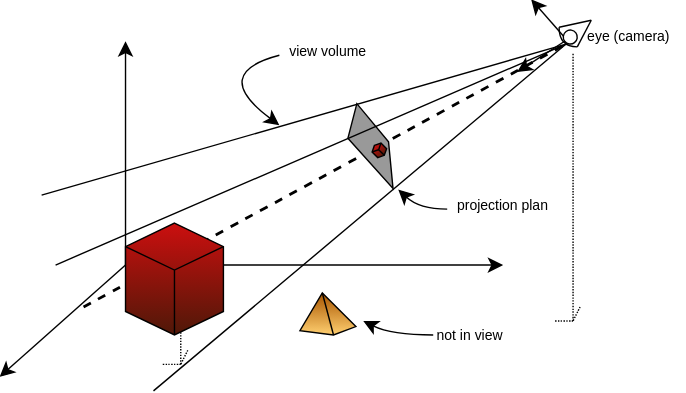
The draw.io diagram images/week_2/eye_space.svg in ericianni/cs450_redev, before a commit. Source tidied: cells renumbered, new cells last; positions are measured from the earlier drawing's top-left corner, leaving out a move shared by most shapes. Its diagram source:
```xml
<mxGraphModel>
  <root>
    <mxCell id="0" />
    <mxCell id="1" parent="0" />
    <mxCell id="2" style="endArrow=none;dashed=1;html=1;strokeWidth=2;rounded=0;fontSize=12;startSize=8;endSize=8;curved=1;" parent="1" edge="1">
      <mxGeometry relative="1" as="geometry">
        <mxPoint x="60" y="220" as="sourcePoint" />
        <mxPoint x="405" y="32" as="targetPoint" />
      </mxGeometry>
    </mxCell>
    <mxCell id="3" style="shape=mxgraph.basic.polygon;polyCoords=[[0.4585,0.30973],[0.72061,0.79005],[0.78514,0.42079],[0.60738,0.06079]];polyCurves=[[],[],[],[]];polyline=0;whiteSpace=wrap;html=1;fillColor=light-dark(#999999,#FFFFFF);rotation=-14.8;" parent="1" vertex="1">
      <mxGeometry x="214.7" y="70.2" width="84" height="89.5" as="geometry" />
    </mxCell>
    <mxCell id="4" style="endArrow=classic;html=1;rounded=0;fontSize=12;startSize=8;endSize=8;curved=1;" parent="1" edge="1">
      <mxGeometry relative="1" as="geometry">
        <mxPoint x="90" y="190" as="sourcePoint" />
        <mxPoint x="90" y="30" as="targetPoint" />
      </mxGeometry>
    </mxCell>
    <mxCell id="5" style="endArrow=classic;html=1;rounded=0;fontSize=12;startSize=8;endSize=8;curved=1;" parent="1" edge="1">
      <mxGeometry relative="1" as="geometry">
        <mxPoint x="90" y="190" as="sourcePoint" />
        <mxPoint x="360" y="190" as="targetPoint" />
      </mxGeometry>
    </mxCell>
    <mxCell id="6" style="endArrow=classic;html=1;rounded=0;fontSize=12;startSize=8;endSize=8;curved=1;" parent="1" edge="1">
      <mxGeometry relative="1" as="geometry">
        <mxPoint x="90" y="190" as="sourcePoint" />
        <mxPoint y="270" as="targetPoint" />
      </mxGeometry>
    </mxCell>
    <mxCell id="7" style="group;rotation=-36.7;" parent="1" vertex="1">
      <mxGeometry x="396" y="14" width="30" height="20" as="geometry" />
    </mxCell>
    <mxCell id="8" style="endArrow=none;html=1;rounded=0;fontSize=12;startSize=8;endSize=8;curved=1;" parent="7" edge="1">
      <mxGeometry relative="1" as="geometry">
        <mxPoint x="17" y="20" as="sourcePoint" />
        <mxPoint x="27" y="1" as="targetPoint" />
      </mxGeometry>
    </mxCell>
    <mxCell id="9" style="endArrow=none;html=1;rounded=0;fontSize=12;startSize=8;endSize=8;curved=1;" parent="7" edge="1">
      <mxGeometry relative="1" as="geometry">
        <mxPoint x="4" y="6" as="sourcePoint" />
        <mxPoint x="27" y="1" as="targetPoint" />
      </mxGeometry>
    </mxCell>
    <mxCell id="10" style="endArrow=none;html=1;rounded=0;fontSize=12;startSize=8;endSize=8;curved=1;" parent="7" edge="1">
      <mxGeometry relative="1" as="geometry">
        <mxPoint x="17" y="20" as="sourcePoint" />
        <mxPoint x="4" y="6" as="targetPoint" />
        <Array as="points">
          <mxPoint x="4" y="20" />
        </Array>
      </mxGeometry>
    </mxCell>
    <mxCell id="11" style="edgeStyle=none;curved=1;rounded=0;jettySize=auto;html=1;exitX=0;exitY=0.5;exitDx=0;exitDy=0;fontSize=12;startSize=8;endSize=8;endArrow=classic;endFill=1;" parent="7" edge="1" source="13">
      <mxGeometry relative="1" as="geometry">
        <mxPoint x="-26" y="38" as="targetPoint" />
      </mxGeometry>
    </mxCell>
    <mxCell id="12" style="edgeStyle=none;curved=1;rounded=0;jettySize=auto;html=1;exitX=0;exitY=0;exitDx=0;exitDy=0;fontSize=12;startSize=8;endSize=8;" parent="7" edge="1" source="13">
      <mxGeometry relative="1" as="geometry">
        <mxPoint x="-16" y="-14" as="targetPoint" />
      </mxGeometry>
    </mxCell>
    <mxCell id="13" style="ellipse;whiteSpace=wrap;html=1;fillColor=none;rotation=-36.7;" parent="7" vertex="1">
      <mxGeometry x="7" y="8" width="10" height="10" as="geometry" />
    </mxCell>
    <mxCell id="14" style="endArrow=none;html=1;rounded=0;fontSize=12;startSize=8;endSize=8;curved=1;" parent="1" edge="1">
      <mxGeometry relative="1" as="geometry">
        <mxPoint x="30" y="140" as="sourcePoint" />
        <mxPoint x="405" y="32" as="targetPoint" />
      </mxGeometry>
    </mxCell>
    <mxCell id="15" style="endArrow=none;html=1;rounded=0;fontSize=12;startSize=8;endSize=8;curved=1;" parent="1" edge="1">
      <mxGeometry relative="1" as="geometry">
        <mxPoint x="40" y="190" as="sourcePoint" />
        <mxPoint x="405" y="32" as="targetPoint" />
      </mxGeometry>
    </mxCell>
    <mxCell id="16" style="endArrow=none;html=1;rounded=0;fontSize=12;startSize=8;endSize=8;curved=1;" parent="1" edge="1">
      <mxGeometry relative="1" as="geometry">
        <mxPoint x="110" y="280" as="sourcePoint" />
        <mxPoint x="405" y="32" as="targetPoint" />
      </mxGeometry>
    </mxCell>
    <mxCell id="17" style="html=1;whiteSpace=wrap;shape=isoCube2;backgroundOutline=1;isoAngle=15;fillColor=light-dark(#cc0f0f, #ededed);gradientColor=#4F1808;rotation=-45;" parent="1" vertex="1">
      <mxGeometry x="267" y="103" width="9" height="10" as="geometry" />
    </mxCell>
    <mxCell id="18" style="verticalLabelPosition=bottom;verticalAlign=top;html=1;shape=mxgraph.basic.pyramid;dx1=0.4;dx2=0.6;dy1=0.9;dy2=0.8;fillColor=light-dark(#A85500,#FFFFFF);gradientColor=light-dark(#FFCF70,#000000);" parent="1" vertex="1">
      <mxGeometry x="214.7" y="210" width="40" height="30" as="geometry" />
    </mxCell>
    <mxCell id="19" value="&lt;font style=&quot;font-size: 10px;&quot;&gt;eye (camera)&lt;/font&gt;" style="text;html=1;whiteSpace=wrap;strokeColor=none;fillColor=none;align=center;verticalAlign=middle;rounded=0;fontSize=16;" parent="1" vertex="1">
      <mxGeometry x="410" y="9" width="80" height="30" as="geometry" />
    </mxCell>
    <mxCell id="20" style="endArrow=classic;html=1;rounded=0;fontSize=12;startSize=8;endSize=8;curved=1;" parent="1" edge="1">
      <mxGeometry relative="1" as="geometry">
        <mxPoint x="310" y="240" as="sourcePoint" />
        <mxPoint x="260" y="230" as="targetPoint" />
        <Array as="points">
          <mxPoint x="280" y="240" />
        </Array>
      </mxGeometry>
    </mxCell>
    <mxCell id="21" value="not in view" style="edgeLabel;html=1;align=center;verticalAlign=middle;fontSize=10;" parent="20" vertex="1">
      <mxGeometry x="-0.25" y="3" relative="1" as="geometry">
        <mxPoint x="46" y="-3" as="offset" />
      </mxGeometry>
    </mxCell>
    <mxCell id="22" style="endArrow=classic;html=1;rounded=0;fontSize=12;startSize=8;endSize=8;curved=1;" parent="1" edge="1">
      <mxGeometry relative="1" as="geometry">
        <mxPoint x="320" y="150" as="sourcePoint" />
        <mxPoint x="285" y="136" as="targetPoint" />
        <Array as="points">
          <mxPoint x="300" y="150" />
        </Array>
      </mxGeometry>
    </mxCell>
    <mxCell id="23" value="&lt;font style=&quot;font-size: 10px;&quot;&gt;projection plan&lt;/font&gt;" style="text;html=1;whiteSpace=wrap;strokeColor=none;fillColor=none;align=center;verticalAlign=middle;rounded=0;fontSize=16;" parent="1" vertex="1">
      <mxGeometry x="320" y="130" width="80" height="30" as="geometry" />
    </mxCell>
    <mxCell id="24" style="endArrow=classic;html=1;rounded=0;fontSize=12;startSize=8;endSize=8;curved=1;" parent="1" edge="1">
      <mxGeometry relative="1" as="geometry">
        <mxPoint x="200" y="40" as="sourcePoint" />
        <mxPoint x="200" y="90" as="targetPoint" />
        <Array as="points">
          <mxPoint x="150" y="53" />
        </Array>
      </mxGeometry>
    </mxCell>
    <mxCell id="25" value="&lt;font style=&quot;font-size: 10px;&quot;&gt;view volume&lt;/font&gt;" style="text;html=1;whiteSpace=wrap;strokeColor=none;fillColor=none;align=center;verticalAlign=middle;rounded=0;fontSize=16;" parent="1" vertex="1">
      <mxGeometry x="204.7" y="20" width="60" height="30" as="geometry" />
    </mxCell>
    <mxCell id="26" style="endArrow=none;dashed=1;html=1;dashPattern=1 1;strokeWidth=1;rounded=0;fontSize=12;startSize=8;endSize=8;curved=1;entryX=0;entryY=1;entryDx=0;entryDy=0;" parent="1" edge="1" target="19">
      <mxGeometry relative="1" as="geometry">
        <mxPoint x="410" y="230" as="sourcePoint" />
      </mxGeometry>
    </mxCell>
    <mxCell id="27" style="endArrow=none;dashed=1;html=1;dashPattern=1 1;strokeWidth=1;rounded=0;fontSize=12;startSize=8;endSize=8;curved=1;sourcePerimeterSpacing=0;" parent="1" edge="1">
      <mxGeometry relative="1" as="geometry">
        <mxPoint x="410" y="230" as="sourcePoint" />
        <mxPoint x="396" y="230" as="targetPoint" />
      </mxGeometry>
    </mxCell>
    <mxCell id="28" style="endArrow=none;dashed=1;html=1;dashPattern=1 1;strokeWidth=1;rounded=0;fontSize=12;startSize=8;endSize=8;curved=1;" parent="1" edge="1">
      <mxGeometry relative="1" as="geometry">
        <mxPoint x="415" y="220" as="sourcePoint" />
        <mxPoint x="410" y="230" as="targetPoint" />
      </mxGeometry>
    </mxCell>
    <mxCell id="29" style="endArrow=none;dashed=1;html=1;dashPattern=1 1;strokeWidth=1;rounded=0;fontSize=12;startSize=8;endSize=8;curved=1;" parent="1" edge="1">
      <mxGeometry relative="1" as="geometry">
        <mxPoint x="129.5" y="261" as="sourcePoint" />
        <mxPoint x="129.5" y="220" as="targetPoint" />
      </mxGeometry>
    </mxCell>
    <mxCell id="30" style="endArrow=none;dashed=1;html=1;dashPattern=1 1;strokeWidth=1;rounded=0;fontSize=12;startSize=8;endSize=8;curved=1;sourcePerimeterSpacing=0;" parent="1" edge="1">
      <mxGeometry relative="1" as="geometry">
        <mxPoint x="129.5" y="261" as="sourcePoint" />
        <mxPoint x="115.5" y="261" as="targetPoint" />
      </mxGeometry>
    </mxCell>
    <mxCell id="31" style="endArrow=none;dashed=1;html=1;dashPattern=1 1;strokeWidth=1;rounded=0;fontSize=12;startSize=8;endSize=8;curved=1;" parent="1" edge="1">
      <mxGeometry relative="1" as="geometry">
        <mxPoint x="134.5" y="251" as="sourcePoint" />
        <mxPoint x="129.5" y="261" as="targetPoint" />
      </mxGeometry>
    </mxCell>
    <mxCell id="32" style="html=1;whiteSpace=wrap;shape=isoCube2;backgroundOutline=1;isoAngle=15;fillColor=light-dark(#cc0f0f, #ededed);gradientColor=#4F1808;" parent="1" vertex="1">
      <mxGeometry x="90" y="160" width="70" height="80" as="geometry" />
    </mxCell>
  </root>
</mxGraphModel>
```
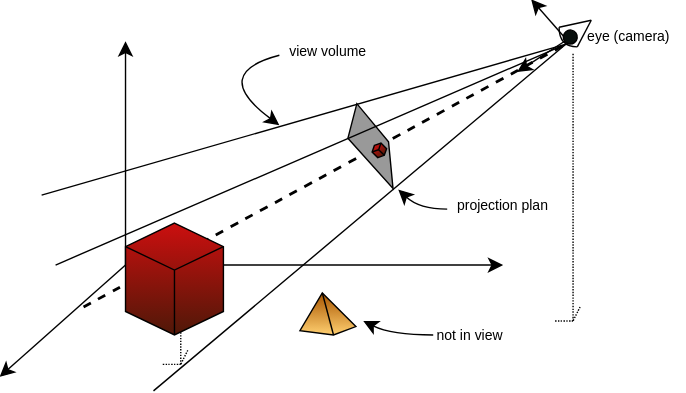
Above is the later version.

The edit, as a diff of the source:
```diff
@@ -63,7 +63,7 @@
         <mxPoint x="-16" y="-14" as="targetPoint" />
       </mxGeometry>
     </mxCell>
-    <mxCell id="13" style="ellipse;whiteSpace=wrap;html=1;fillColor=none;rotation=-36.7;" parent="7" vertex="1">
+    <mxCell id="13" style="ellipse;whiteSpace=wrap;html=1;fillColor=light-dark(#080F0D,#FFFFFF);rotation=-36.7;gradientColor=none;" parent="7" vertex="1">
       <mxGeometry x="7" y="8" width="10" height="10" as="geometry" />
     </mxCell>
     <mxCell id="14" style="endArrow=none;html=1;rounded=0;fontSize=12;startSize=8;endSize=8;curved=1;" parent="1" edge="1">
```
